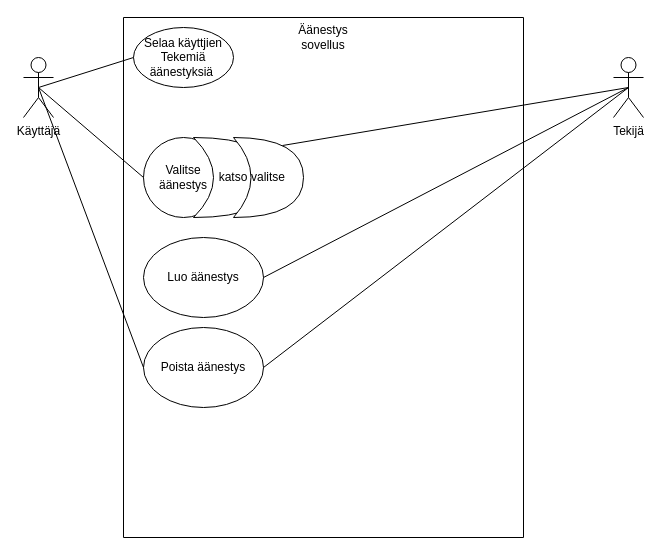
This is Use Case -kaavio piirros.drawio from Deadlyweather/Use_Case_Kaavio, a draw.io file, before an edit. Source tidied: cells renumbered, new cells numbered last; positions are measured from the earlier drawing's top-left corner, leaving out a move shared by most shapes. Both pictures are drawn from the tidied source at 100%, with x=0, y=0 at pixel (23, 17).
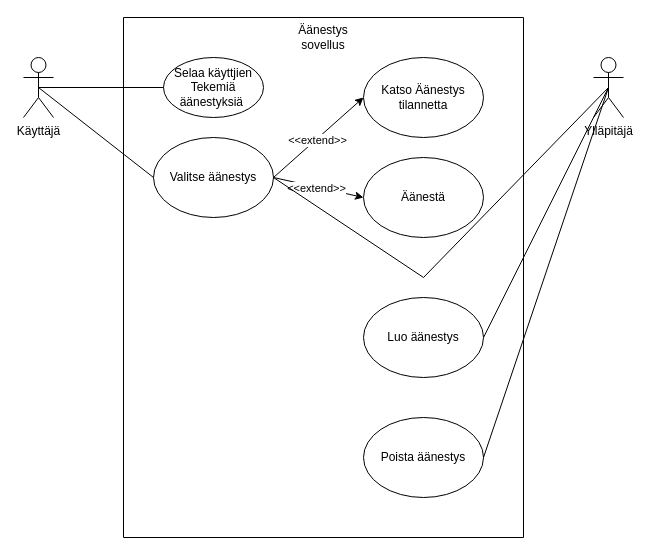
The same diagram, later.

Commit message (it also covers changes not shown here):
Korjattu kaavio

The change refers to these unchanged cells:
```xml
<mxCell id="2" value="Käyttäjä" style="shape=umlActor;verticalLabelPosition=bottom;verticalAlign=top;html=1;outlineConnect=0;labelBorderColor=none;" parent="1" vertex="1">
  <mxGeometry y="40" width="30" height="60" as="geometry" />
</mxCell>
<mxCell id="3" style="swimlane;startSize=0;" parent="1" vertex="1">
  <mxGeometry x="100" width="400" height="520" as="geometry" />
</mxCell>
```

The edit, as a diff of the source:
```diff
@@
     <mxCell id="5" value="Selaa käyttjien&lt;br&gt;Tekemiä äänestyksiä&amp;nbsp;" style="ellipse;whiteSpace=wrap;html=1;" parent="3" vertex="1">
-      <mxGeometry x="10" y="10" width="100" height="60" as="geometry" />
+      <mxGeometry x="40" y="40" width="100" height="60" as="geometry" />
     </mxCell>
-    <mxCell id="6" value="Valitse äänestys" style="ellipse;whiteSpace=wrap;html=1;" parent="3" vertex="1">
-      <mxGeometry x="20" y="120" width="80" height="80" as="geometry" />
-    </mxCell>
-    <mxCell id="7" value="katso" style="shape=xor;whiteSpace=wrap;html=1;" parent="3" vertex="1">
-      <mxGeometry x="70" y="120" width="80" height="80" as="geometry" />
-    </mxCell>
-    <mxCell id="8" value="valitse" style="shape=xor;whiteSpace=wrap;html=1;" parent="3" vertex="1">
-      <mxGeometry x="110" y="120" width="70" height="80" as="geometry" />
-    </mxCell>
     <mxCell id="9" value="Luo äänestys" style="ellipse;whiteSpace=wrap;html=1;" parent="3" vertex="1">
-      <mxGeometry x="20" y="220" width="120" height="80" as="geometry" />
+      <mxGeometry x="240" y="280" width="120" height="80" as="geometry" />
     </mxCell>
     <mxCell id="10" value="Poista äänestys" style="ellipse;whiteSpace=wrap;html=1;" parent="3" vertex="1">
-      <mxGeometry x="20" y="310" width="120" height="80" as="geometry" />
+      <mxGeometry x="240" y="400" width="120" height="80" as="geometry" />
     </mxCell>
+    <mxCell id="6" value="Valitse äänestys" style="ellipse;whiteSpace=wrap;html=1;" parent="3" vertex="1">
+      <mxGeometry x="30" y="120" width="120" height="80" as="geometry" />
+    </mxCell>
+    <mxCell id="18" value="Katso Äänestys tilannetta" style="ellipse;whiteSpace=wrap;html=1;" parent="3" vertex="1">
+      <mxGeometry x="240" y="40" width="120" height="80" as="geometry" />
+    </mxCell>
+    <mxCell id="19" value="Äänestä" style="ellipse;whiteSpace=wrap;html=1;" parent="3" vertex="1">
+      <mxGeometry x="240" y="140" width="120" height="80" as="geometry" />
+    </mxCell>
+    <mxCell id="20" style="endArrow=classic;html=1;rounded=0;exitX=1;exitY=0.5;exitDx=0;exitDy=0;entryX=0;entryY=0.5;entryDx=0;entryDy=0;" parent="3" edge="1" source="6" target="18">
+      <mxGeometry relative="1" as="geometry" />
+    </mxCell>
+    <mxCell id="21" value="&amp;lt;&amp;lt;extend&amp;gt;&amp;gt;" style="edgeLabel;html=1;align=center;verticalAlign=middle;" parent="20" vertex="1">
+      <mxGeometry x="-0.05" y="-1" relative="1" as="geometry" />
+    </mxCell>
+    <mxCell id="22" style="endArrow=classic;html=1;rounded=0;exitX=1;exitY=0.5;exitDx=0;exitDy=0;entryX=0;entryY=0.5;entryDx=0;entryDy=0;" parent="3" edge="1" source="6" target="19">
+      <mxGeometry relative="1" as="geometry" />
+    </mxCell>
+    <mxCell id="23" value="&amp;lt;&amp;lt;extend&amp;gt;&amp;gt;" style="edgeLabel;html=1;align=center;verticalAlign=middle;" parent="22" vertex="1">
+      <mxGeometry x="-0.05" y="-1" relative="1" as="geometry" />
+    </mxCell>
-    <mxCell id="11" value="Tekijä" style="shape=umlActor;verticalLabelPosition=bottom;verticalAlign=top;html=1;outlineConnect=0;" parent="1" vertex="1">
-      <mxGeometry x="590" y="40" width="30" height="60" as="geometry" />
+    <mxCell id="11" value="Ylläpitäjä" style="shape=umlActor;verticalLabelPosition=bottom;verticalAlign=top;html=1;outlineConnect=0;" parent="1" vertex="1">
+      <mxGeometry x="570" y="40" width="30" height="60" as="geometry" />
     </mxCell>
@@
-    <mxCell id="13" style="endArrow=none;html=1;rounded=0;entryX=0;entryY=0.5;entryDx=0;entryDy=0;exitX=0.5;exitY=0.5;exitDx=0;exitDy=0;exitPerimeter=0;" parent="1" edge="1" source="2" target="6">
+    <mxCell id="13" style="endArrow=none;html=1;rounded=0;exitX=0.5;exitY=0.5;exitDx=0;exitDy=0;exitPerimeter=0;entryX=0;entryY=0.5;entryDx=0;entryDy=0;" parent="1" edge="1" source="2" target="6">
       <mxGeometry relative="1" as="geometry" />
     </mxCell>
-    <mxCell id="14" style="endArrow=none;html=1;rounded=0;entryX=1;entryY=0.5;entryDx=0;entryDy=0;exitX=0.5;exitY=0.5;exitDx=0;exitDy=0;exitPerimeter=0;" parent="1" edge="1" source="11" target="9">
-      <mxGeometry relative="1" as="geometry" />
-    </mxCell>
-    <mxCell id="15" style="endArrow=none;html=1;rounded=0;entryX=0.5;entryY=0.5;entryDx=0;entryDy=0;exitX=0;exitY=0.5;exitDx=0;exitDy=0;entryPerimeter=0;" parent="1" edge="1" source="10" target="2">
-      <mxGeometry relative="1" as="geometry" />
-    </mxCell>
-    <mxCell id="16" style="endArrow=none;html=1;rounded=0;entryX=1;entryY=0.5;entryDx=0;entryDy=0;exitX=0.5;exitY=0.5;exitDx=0;exitDy=0;exitPerimeter=0;" parent="1" edge="1" source="11" target="10">
-      <mxGeometry relative="1" as="geometry" />
-    </mxCell>
-    <mxCell id="17" style="endArrow=none;html=1;rounded=0;exitX=0.5;exitY=0.5;exitDx=0;exitDy=0;exitPerimeter=0;entryX=0.7;entryY=0.1;entryDx=0;entryDy=0;entryPerimeter=0;" parent="1" edge="1" source="11" target="8">
-      <mxGeometry relative="1" as="geometry" />
-    </mxCell>
+    <mxCell id="24" style="endArrow=none;html=1;rounded=0;entryX=0.5;entryY=0.5;entryDx=0;entryDy=0;entryPerimeter=0;exitX=1;exitY=0.5;exitDx=0;exitDy=0;" parent="1" edge="1" source="6" target="11">
+      <mxGeometry relative="1" as="geometry">
+        <Array as="points">
+          <mxPoint x="400" y="260" />
+        </Array>
+      </mxGeometry>
+    </mxCell>
+    <mxCell id="25" style="endArrow=none;html=1;rounded=0;entryX=0.5;entryY=0.5;entryDx=0;entryDy=0;entryPerimeter=0;exitX=1;exitY=0.5;exitDx=0;exitDy=0;" parent="1" edge="1" source="9" target="11">
+      <mxGeometry relative="1" as="geometry" />
+    </mxCell>
+    <mxCell id="26" style="endArrow=none;html=1;rounded=0;exitX=1;exitY=0.5;exitDx=0;exitDy=0;entryX=0.5;entryY=0.5;entryDx=0;entryDy=0;entryPerimeter=0;" parent="1" edge="1" source="10" target="11">
+      <mxGeometry relative="1" as="geometry" />
+    </mxCell>
```
